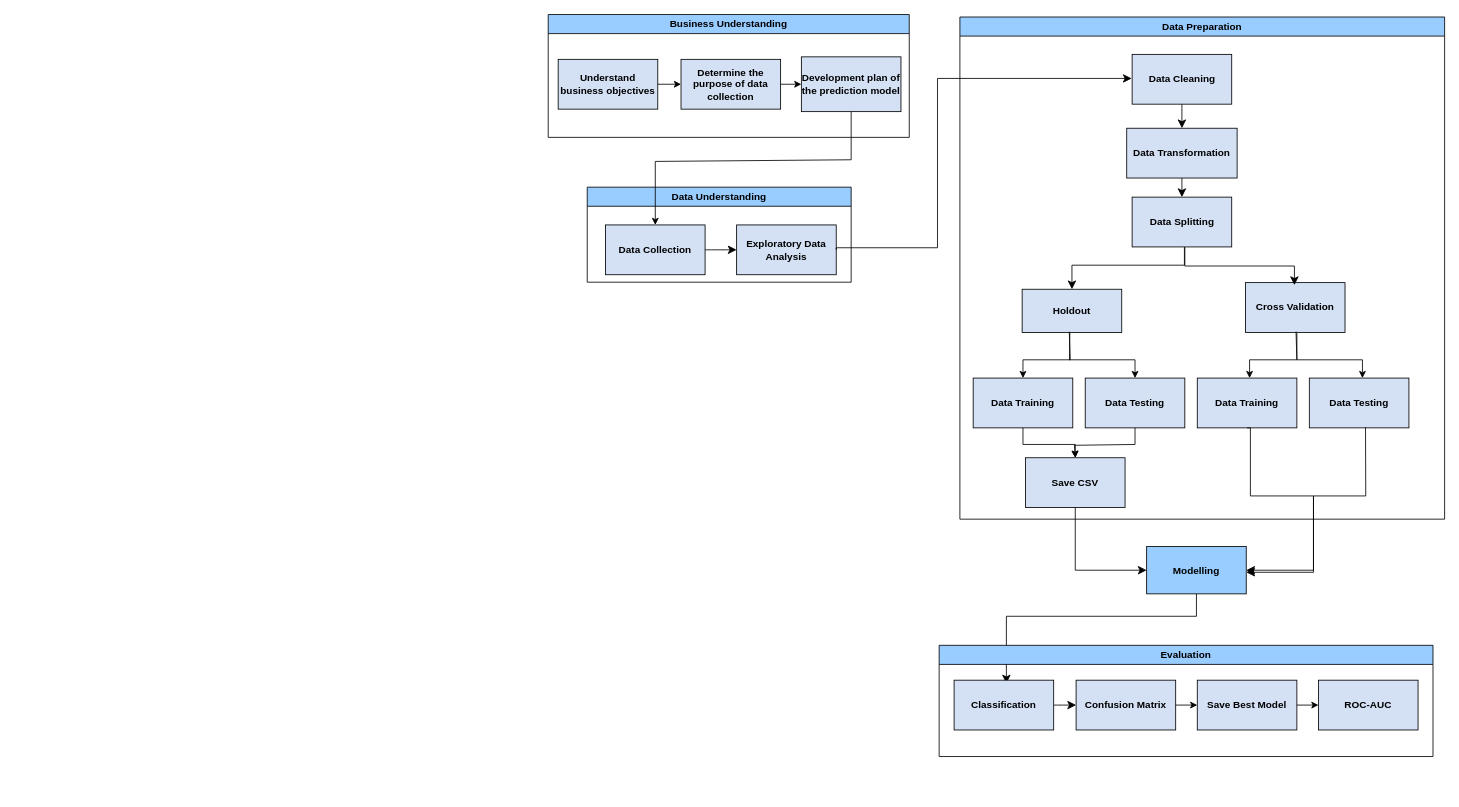
sleepygirlleen/Final-Project keeps this draw.io diagram as Untitled Diagram.drawio. Above is the earlier version. Source tidied: cells renumbered, new cells numbered last; positions are measured from the earlier drawing's top-left corner, leaving out a move shared by most shapes. Both pictures are drawn from the tidied source at 83%, with x=0, y=0 at pixel (548, 14).
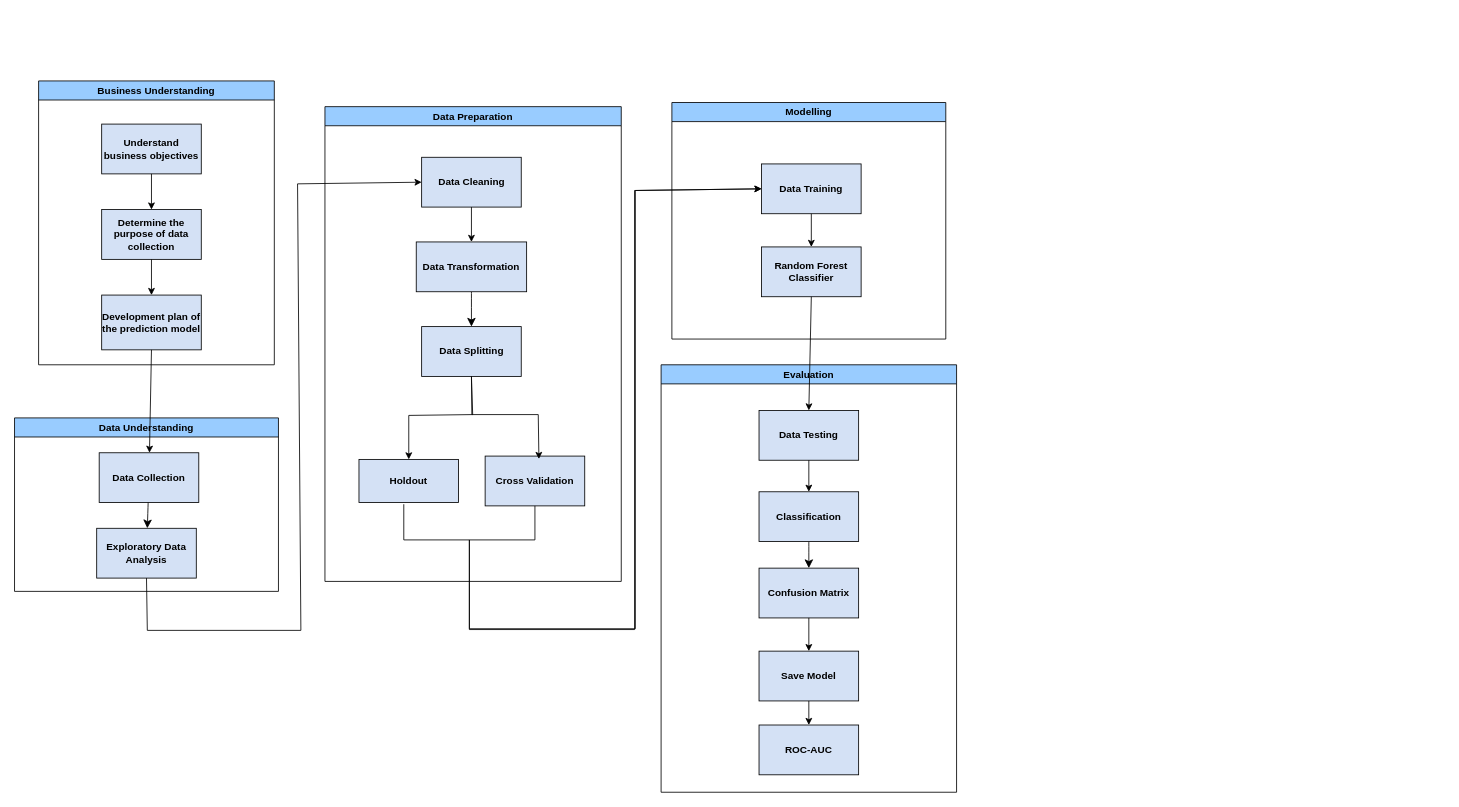
The same page after the edit.

Change to the diagram source:
```diff
@@
-    <mxCell id="2" style="edgeStyle=orthogonalEdgeStyle;rounded=0;jettySize=auto;html=1;fontSize=12;startSize=8;endSize=8;fillColor=#99CCFF;exitX=0.5;exitY=1;exitDx=0;exitDy=0;" parent="1" edge="1" source="3">
-      <mxGeometry relative="1" as="geometry">
-        <mxPoint x="552" y="806" as="targetPoint" />
-        <Array as="points">
-          <mxPoint x="781" y="725" />
-          <mxPoint x="552" y="725" />
-        </Array>
-      </mxGeometry>
-    </mxCell>
-    <mxCell id="3" value="&lt;b&gt;Modelling&lt;/b&gt;" style="rounded=0;whiteSpace=wrap;html=1;fillColor=#99CCFF;" parent="1" vertex="1">
-      <mxGeometry x="721" y="641" width="120" height="57" as="geometry" />
-    </mxCell>
     <mxCell id="4" value="Data Understanding" style="swimlane;whiteSpace=wrap;html=1;fillColor=#99CCFF;" parent="1" vertex="1">
-      <mxGeometry x="47" y="208" width="318" height="114.5" as="geometry" />
+      <mxGeometry x="-643" y="486" width="318" height="209" as="geometry" />
     </mxCell>
     <mxCell id="5" value="&lt;b&gt;Data Collection&lt;/b&gt;" style="rounded=0;whiteSpace=wrap;html=1;fillColor=#D4E1F5;" parent="4" vertex="1">
-      <mxGeometry x="22" y="45.5" width="120" height="60" as="geometry" />
+      <mxGeometry x="102" y="42" width="120" height="60" as="geometry" />
     </mxCell>
     <mxCell id="6" value="&lt;b&gt;Exploratory Data Analysis&lt;/b&gt;" style="rounded=0;whiteSpace=wrap;html=1;fillColor=#D4E1F5;" parent="4" vertex="1">
-      <mxGeometry x="180" y="45.5" width="120" height="60" as="geometry" />
+      <mxGeometry x="99" y="133" width="120" height="60" as="geometry" />
     </mxCell>
@@
     <mxCell id="8" value="Data Preparation" style="swimlane;whiteSpace=wrap;html=1;fillColor=#99CCFF;" parent="1" vertex="1">
-      <mxGeometry x="496" y="3" width="584" height="605" as="geometry" />
+      <mxGeometry x="-269" y="111" width="357" height="572" as="geometry" />
     </mxCell>
     <mxCell id="9" value="&lt;b&gt;Holdout&lt;/b&gt;" style="rounded=0;whiteSpace=wrap;html=1;fillColor=#D4E1F5;" parent="8" vertex="1">
-      <mxGeometry x="75" y="328" width="120" height="52" as="geometry" />
+      <mxGeometry x="41" y="425" width="120" height="52" as="geometry" />
     </mxCell>
-    <mxCell id="10" style="edgeStyle=none;curved=1;rounded=0;jettySize=auto;html=1;fontSize=12;startSize=8;endSize=8;entryX=0.5;entryY=0;entryDx=0;entryDy=0;fillColor=#D4E1F5;" parent="8" edge="1" source="11" target="13">
-      <mxGeometry relative="1" as="geometry" />
-    </mxCell>
     <mxCell id="11" value="&lt;b&gt;Data Cleaning&lt;/b&gt;" style="rounded=0;whiteSpace=wrap;html=1;fillColor=#D4E1F5;" parent="8" vertex="1">
-      <mxGeometry x="207.5" y="45" width="120" height="60" as="geometry" />
+      <mxGeometry x="116.5" y="61" width="120" height="60" as="geometry" />
     </mxCell>
@@
     <mxCell id="13" value="&lt;b&gt;Data Transformation&lt;/b&gt;" style="rounded=0;whiteSpace=wrap;html=1;fillColor=#D4E1F5;" parent="8" vertex="1">
-      <mxGeometry x="201" y="134" width="133" height="60" as="geometry" />
+      <mxGeometry x="110" y="163" width="133" height="60" as="geometry" />
     </mxCell>
     <mxCell id="14" value="&lt;b&gt;Data Splitting&lt;/b&gt;" style="rounded=0;whiteSpace=wrap;html=1;fillColor=#D4E1F5;" parent="8" vertex="1">
-      <mxGeometry x="207.5" y="217" width="120" height="60" as="geometry" />
+      <mxGeometry x="116.5" y="265" width="120" height="60" as="geometry" />
     </mxCell>
     <mxCell id="15" value="&lt;b&gt;Cross Validation&lt;/b&gt;" style="rounded=0;whiteSpace=wrap;html=1;fillColor=#D4E1F5;" parent="8" vertex="1">
-      <mxGeometry x="344" y="320" width="120" height="60" as="geometry" />
+      <mxGeometry x="193" y="421" width="120" height="60" as="geometry" />
     </mxCell>
-    <mxCell id="16" style="edgeStyle=segmentEdgeStyle;endArrow=classic;html=1;curved=0;rounded=0;endSize=8;startSize=8;fontSize=12;entryX=0.5;entryY=0;entryDx=0;entryDy=0;fillColor=#D4E1F5;" parent="8" edge="1" target="9">
-      <mxGeometry relative="1" as="geometry">
-        <mxPoint x="270.5" y="277" as="sourcePoint" />
-        <Array as="points">
-          <mxPoint x="271" y="299" />
-          <mxPoint x="135" y="299" />
-        </Array>
-      </mxGeometry>
-    </mxCell>
-    <mxCell id="17" style="edgeStyle=elbowEdgeStyle;elbow=vertical;endArrow=classic;html=1;curved=0;rounded=0;endSize=8;startSize=8;fontSize=12;exitX=0.479;exitY=0.971;exitDx=0;exitDy=0;exitPerimeter=0;fillColor=#D4E1F5;entryX=0.492;entryY=0.05;entryDx=0;entryDy=0;entryPerimeter=0;" parent="8" edge="1" target="15">
-      <mxGeometry relative="1" as="geometry">
-        <mxPoint x="271" y="277.3" as="sourcePoint" />
-      </mxGeometry>
-    </mxCell>
-    <mxCell id="18" value="&lt;b&gt;Data Training&lt;/b&gt;" style="rounded=0;whiteSpace=wrap;html=1;fillColor=#D4E1F5;" parent="8" vertex="1">
-      <mxGeometry x="16" y="435" width="120" height="60" as="geometry" />
-    </mxCell>
-    <mxCell id="19" value="&lt;b&gt;Data Testing&lt;/b&gt;" style="rounded=0;whiteSpace=wrap;html=1;fillColor=#D4E1F5;" parent="8" vertex="1">
-      <mxGeometry x="151" y="435" width="120" height="60" as="geometry" />
-    </mxCell>
-    <mxCell id="20" value="&lt;b&gt;Data Training&lt;/b&gt;" style="rounded=0;whiteSpace=wrap;html=1;fillColor=#D4E1F5;" parent="8" vertex="1">
-      <mxGeometry x="286" y="435" width="120" height="60" as="geometry" />
-    </mxCell>
-    <mxCell id="21" value="&lt;b&gt;Data Testing&lt;/b&gt;" style="rounded=0;whiteSpace=wrap;html=1;fillColor=#D4E1F5;" parent="8" vertex="1">
-      <mxGeometry x="421" y="435" width="120" height="60" as="geometry" />
-    </mxCell>
-    <mxCell id="22" style="endArrow=classic;html=1;rounded=0;entryX=0.5;entryY=0;entryDx=0;entryDy=0;exitX=0.479;exitY=1.013;exitDx=0;exitDy=0;exitPerimeter=0;" parent="8" edge="1" source="9" target="19">
-      <mxGeometry relative="1" as="geometry">
-        <Array as="points">
-          <mxPoint x="132" y="413" />
-          <mxPoint x="211" y="413" />
-        </Array>
-      </mxGeometry>
-    </mxCell>
-    <mxCell id="23" style="endArrow=classic;html=1;rounded=0;entryX=0.5;entryY=0;entryDx=0;entryDy=0;exitX=0.473;exitY=0.985;exitDx=0;exitDy=0;exitPerimeter=0;" parent="8" edge="1" source="9" target="18">
-      <mxGeometry relative="1" as="geometry">
-        <Array as="points">
-          <mxPoint x="133" y="413" />
-          <mxPoint x="76" y="413" />
-        </Array>
-      </mxGeometry>
-    </mxCell>
-    <mxCell id="24" style="endArrow=classic;html=1;rounded=0;entryX=0.5;entryY=0;entryDx=0;entryDy=0;exitX=0.473;exitY=0.985;exitDx=0;exitDy=0;exitPerimeter=0;" parent="8" edge="1">
-      <mxGeometry relative="1" as="geometry">
-        <mxPoint x="405" y="379" as="sourcePoint" />
-        <mxPoint x="349" y="435" as="targetPoint" />
-        <Array as="points">
-          <mxPoint x="406" y="413" />
-          <mxPoint x="349" y="413" />
-        </Array>
-      </mxGeometry>
-    </mxCell>
-    <mxCell id="25" style="endArrow=classic;html=1;rounded=0;entryX=0.5;entryY=0;entryDx=0;entryDy=0;exitX=0.479;exitY=1.013;exitDx=0;exitDy=0;exitPerimeter=0;" parent="8" edge="1">
-      <mxGeometry relative="1" as="geometry">
-        <mxPoint x="406" y="381" as="sourcePoint" />
-        <mxPoint x="485" y="435" as="targetPoint" />
-        <Array as="points">
-          <mxPoint x="406" y="413" />
-          <mxPoint x="485" y="413" />
-        </Array>
-      </mxGeometry>
-    </mxCell>
-    <mxCell id="26" value="&lt;b&gt;Save CSV&lt;/b&gt;" style="rounded=0;whiteSpace=wrap;html=1;fillColor=#D4E1F5;" parent="8" vertex="1">
-      <mxGeometry x="79" y="531" width="120" height="60" as="geometry" />
-    </mxCell>
-    <mxCell id="27" style="endArrow=classic;html=1;rounded=0;exitX=0.5;exitY=1;exitDx=0;exitDy=0;entryX=0.5;entryY=0;entryDx=0;entryDy=0;" parent="8" edge="1" source="18" target="26">
-      <mxGeometry relative="1" as="geometry">
-        <Array as="points">
-          <mxPoint x="76" y="515" />
-          <mxPoint x="139" y="515" />
-        </Array>
-      </mxGeometry>
-    </mxCell>
-    <mxCell id="28" style="endArrow=classic;html=1;rounded=0;exitX=0.5;exitY=1;exitDx=0;exitDy=0;entryX=0.5;entryY=0;entryDx=0;entryDy=0;" parent="8" edge="1" source="19" target="26">
-      <mxGeometry relative="1" as="geometry">
-        <Array as="points">
-          <mxPoint x="211" y="515" />
-          <mxPoint x="138" y="516" />
-        </Array>
-      </mxGeometry>
-    </mxCell>
-    <mxCell id="29" style="endArrow=classic;html=1;rounded=0;fontSize=12;startSize=8;endSize=8;exitX=1;exitY=0.5;exitDx=0;exitDy=0;edgeStyle=orthogonalEdgeStyle;" parent="1" edge="1" source="6">
-      <mxGeometry relative="1" as="geometry">
-        <mxPoint x="703" y="77" as="targetPoint" />
-        <Array as="points">
-          <mxPoint x="469" y="281" />
-          <mxPoint x="469" y="77" />
-        </Array>
-      </mxGeometry>
-    </mxCell>
-    <mxCell id="30" style="endArrow=classic;html=1;rounded=0;fontSize=12;startSize=8;endSize=8;exitX=0.5;exitY=1;exitDx=0;exitDy=0;entryX=0;entryY=0.5;entryDx=0;entryDy=0;edgeStyle=orthogonalEdgeStyle;" parent="1" edge="1" source="26" target="3">
-      <mxGeometry relative="1" as="geometry" />
-    </mxCell>
-    <mxCell id="31" style="endArrow=classic;html=1;rounded=0;fontSize=12;startSize=8;endSize=8;exitX=0.5;exitY=1;exitDx=0;exitDy=0;edgeStyle=orthogonalEdgeStyle;" parent="1" edge="1" source="20" target="3">
-      <mxGeometry relative="1" as="geometry">
-        <Array as="points">
-          <mxPoint x="846" y="580" />
-          <mxPoint x="922" y="580" />
-          <mxPoint x="922" y="672" />
-        </Array>
-      </mxGeometry>
-    </mxCell>
-    <mxCell id="32" style="endArrow=classic;html=1;rounded=0;fontSize=12;startSize=8;endSize=8;exitX=0.564;exitY=0.988;exitDx=0;exitDy=0;edgeStyle=orthogonalEdgeStyle;exitPerimeter=0;" parent="1" edge="1" source="21" target="3">
-      <mxGeometry relative="1" as="geometry">
-        <Array as="points">
-          <mxPoint x="985" y="499" />
-          <mxPoint x="985" y="580" />
-          <mxPoint x="922" y="580" />
-          <mxPoint x="922" y="672" />
-        </Array>
-      </mxGeometry>
-    </mxCell>
+    <mxCell id="10" style="endArrow=classic;html=1;rounded=0;exitX=0.5;exitY=1;exitDx=0;exitDy=0;entryX=0.5;entryY=0;entryDx=0;entryDy=0;" parent="8" edge="1" source="11" target="13">
+      <mxGeometry relative="1" as="geometry" />
+    </mxCell>
+    <mxCell id="48" style="endArrow=classic;html=1;rounded=0;exitX=0.5;exitY=1;exitDx=0;exitDy=0;entryX=0.5;entryY=0;entryDx=0;entryDy=0;" parent="8" edge="1" source="14" target="9">
+      <mxGeometry relative="1" as="geometry">
+        <Array as="points">
+          <mxPoint x="178" y="371" />
+          <mxPoint x="101" y="372" />
+        </Array>
+      </mxGeometry>
+    </mxCell>
+    <mxCell id="49" style="endArrow=classic;html=1;rounded=0;exitX=0.5;exitY=1;exitDx=0;exitDy=0;entryX=0.54;entryY=0.059;entryDx=0;entryDy=0;entryPerimeter=0;" parent="8" edge="1" source="14" target="15">
+      <mxGeometry relative="1" as="geometry">
+        <Array as="points">
+          <mxPoint x="177" y="371" />
+          <mxPoint x="257" y="371" />
+        </Array>
+      </mxGeometry>
+    </mxCell>
     <mxCell id="33" value="Evaluation" style="swimlane;whiteSpace=wrap;html=1;fillColor=#99CCFF;" parent="1" vertex="1">
-      <mxGeometry x="471" y="760" width="595" height="134" as="geometry" />
+      <mxGeometry x="136" y="422" width="356" height="515" as="geometry" />
     </mxCell>
@@
     <mxCell id="35" value="&lt;b&gt;Classification&lt;/b&gt;" style="rounded=0;whiteSpace=wrap;html=1;fillColor=#D4E1F5;" parent="33" vertex="1">
-      <mxGeometry x="18" y="42" width="120" height="60" as="geometry" />
+      <mxGeometry x="118" y="153" width="120" height="60" as="geometry" />
     </mxCell>
     <mxCell id="36" value="&lt;b&gt;Confusion Matrix&lt;/b&gt;" style="rounded=0;whiteSpace=wrap;html=1;fillColor=#D4E1F5;" parent="33" vertex="1">
-      <mxGeometry x="165" y="42" width="120" height="60" as="geometry" />
+      <mxGeometry x="118" y="245" width="120" height="60" as="geometry" />
     </mxCell>
-    <mxCell id="37" value="&lt;b&gt;Save Best Model&lt;/b&gt;" style="rounded=0;whiteSpace=wrap;html=1;fillColor=#D4E1F5;" parent="33" vertex="1">
-      <mxGeometry x="311" y="42" width="120" height="60" as="geometry" />
+    <mxCell id="37" value="&lt;b&gt;Save Model&lt;/b&gt;" style="rounded=0;whiteSpace=wrap;html=1;fillColor=#D4E1F5;" parent="33" vertex="1">
+      <mxGeometry x="118" y="345" width="120" height="60" as="geometry" />
     </mxCell>
     <mxCell id="38" value="&lt;b&gt;ROC-AUC&lt;/b&gt;" style="rounded=0;whiteSpace=wrap;html=1;fillColor=#D4E1F5;" parent="33" vertex="1">
-      <mxGeometry x="457" y="42" width="120" height="60" as="geometry" />
+      <mxGeometry x="118" y="434" width="120" height="60" as="geometry" />
     </mxCell>
-    <mxCell id="39" style="endArrow=classic;html=1;rounded=0;exitX=1;exitY=0.5;exitDx=0;exitDy=0;" parent="33" edge="1" source="36" target="37">
+    <mxCell id="39" style="endArrow=classic;html=1;rounded=0;exitX=0.5;exitY=1;exitDx=0;exitDy=0;" parent="33" edge="1" source="36" target="37">
       <mxGeometry relative="1" as="geometry" />
     </mxCell>
-    <mxCell id="40" style="endArrow=classic;html=1;rounded=0;exitX=1;exitY=0.5;exitDx=0;exitDy=0;entryX=0;entryY=0.5;entryDx=0;entryDy=0;" parent="33" edge="1" source="37" target="38">
+    <mxCell id="40" style="endArrow=classic;html=1;rounded=0;exitX=0.5;exitY=1;exitDx=0;exitDy=0;entryX=0.5;entryY=0;entryDx=0;entryDy=0;" parent="33" edge="1" source="37" target="38">
       <mxGeometry relative="1" as="geometry" />
     </mxCell>
+    <mxCell id="50" value="&lt;b&gt;Data Testing&lt;/b&gt;" style="rounded=0;whiteSpace=wrap;html=1;fillColor=#D4E1F5;" parent="33" vertex="1">
+      <mxGeometry x="118" y="55" width="120" height="60" as="geometry" />
+    </mxCell>
+    <mxCell id="51" style="endArrow=classic;html=1;rounded=0;exitX=0.5;exitY=1;exitDx=0;exitDy=0;entryX=0.5;entryY=0;entryDx=0;entryDy=0;" parent="33" edge="1" source="50" target="35">
+      <mxGeometry relative="1" as="geometry" />
+    </mxCell>
     <mxCell id="41" value="Business Understanding" style="swimlane;whiteSpace=wrap;html=1;fillColor=#99CCFF;" parent="1" vertex="1">
-      <mxGeometry width="435" height="148" as="geometry" />
+      <mxGeometry x="-614" y="80" width="284" height="342" as="geometry" />
     </mxCell>
     <mxCell id="42" value="&lt;b&gt;Understand business objectives&lt;/b&gt;" style="rounded=0;whiteSpace=wrap;html=1;fillColor=#D4E1F5;" parent="41" vertex="1">
-      <mxGeometry x="12" y="54" width="120" height="60" as="geometry" />
+      <mxGeometry x="76" y="52" width="120" height="60" as="geometry" />
     </mxCell>
     <mxCell id="43" value="&lt;b&gt;Determine the purpose of data collection&lt;/b&gt;" style="rounded=0;whiteSpace=wrap;html=1;fillColor=#D4E1F5;" parent="41" vertex="1">
-      <mxGeometry x="160" y="54" width="120" height="60" as="geometry" />
+      <mxGeometry x="76" y="155" width="120" height="60" as="geometry" />
     </mxCell>
     <mxCell id="44" value="&lt;b&gt;&lt;br&gt;&lt;/b&gt;&lt;p&gt;&lt;b&gt;Development plan of the prediction model&lt;/b&gt;&lt;/p&gt;&lt;b&gt;&lt;br&gt;&lt;/b&gt;" style="rounded=0;whiteSpace=wrap;html=1;fillColor=#D4E1F5;" parent="41" vertex="1">
-      <mxGeometry x="305" y="51" width="120" height="66" as="geometry" />
+      <mxGeometry x="76" y="258" width="120" height="66" as="geometry" />
     </mxCell>
-    <mxCell id="45" style="endArrow=classic;html=1;rounded=0;exitX=1;exitY=0.5;exitDx=0;exitDy=0;" parent="41" edge="1" source="42" target="43">
+    <mxCell id="45" style="endArrow=classic;html=1;rounded=0;exitX=0.5;exitY=1;exitDx=0;exitDy=0;" parent="41" edge="1" source="42" target="43">
       <mxGeometry relative="1" as="geometry" />
     </mxCell>
-    <mxCell id="46" style="endArrow=classic;html=1;rounded=0;exitX=1;exitY=0.5;exitDx=0;exitDy=0;entryX=0;entryY=0.5;entryDx=0;entryDy=0;" parent="41" edge="1" source="43" target="44">
+    <mxCell id="46" style="endArrow=classic;html=1;rounded=0;exitX=0.5;exitY=1;exitDx=0;exitDy=0;" parent="41" edge="1" source="43" target="44">
       <mxGeometry relative="1" as="geometry" />
     </mxCell>
+    <mxCell id="3" value="Modelling" style="swimlane;whiteSpace=wrap;html=1;fillColor=#99CCFF;" parent="1" vertex="1">
+      <mxGeometry x="149" y="106" width="330" height="285" as="geometry" />
+    </mxCell>
+    <mxCell id="52" value="&lt;b&gt;Random Forest Classifier&lt;/b&gt;" style="rounded=0;whiteSpace=wrap;html=1;fillColor=#D4E1F5;" parent="3" vertex="1">
+      <mxGeometry x="108" y="174" width="120" height="60" as="geometry" />
+    </mxCell>
+    <mxCell id="18" value="&lt;b&gt;Data Training&lt;/b&gt;" style="rounded=0;whiteSpace=wrap;html=1;fillColor=#D4E1F5;" parent="3" vertex="1">
+      <mxGeometry x="108" y="74" width="120" height="60" as="geometry" />
+    </mxCell>
+    <mxCell id="53" style="endArrow=classic;html=1;rounded=0;exitX=0.5;exitY=1;exitDx=0;exitDy=0;entryX=0.5;entryY=0;entryDx=0;entryDy=0;" parent="3" edge="1" source="18" target="52">
+      <mxGeometry relative="1" as="geometry" />
+    </mxCell>
-    <mxCell id="47" style="endArrow=classic;html=1;rounded=0;exitX=0.5;exitY=1;exitDx=0;exitDy=0;entryX=0.5;entryY=0;entryDx=0;entryDy=0;" parent="1" edge="1" source="44" target="5">
-      <mxGeometry relative="1" as="geometry">
-        <Array as="points">
-          <mxPoint x="365" y="175" />
-          <mxPoint x="129" y="177" />
-        </Array>
-      </mxGeometry>
+    <mxCell id="47" style="endArrow=classic;html=1;rounded=0;exitX=0.5;exitY=1;exitDx=0;exitDy=0;" parent="1" edge="1" source="44" target="5">
+      <mxGeometry relative="1" as="geometry" />
     </mxCell>
+    <mxCell id="54" style="endArrow=classic;html=1;rounded=0;exitX=0.5;exitY=1;exitDx=0;exitDy=0;entryX=0;entryY=0.5;entryDx=0;entryDy=0;" parent="1" edge="1" source="6" target="11">
+      <mxGeometry relative="1" as="geometry">
+        <Array as="points">
+          <mxPoint x="-483" y="742" />
+          <mxPoint x="-298" y="742" />
+          <mxPoint x="-302" y="204" />
+        </Array>
+      </mxGeometry>
+    </mxCell>
+    <mxCell id="55" style="endArrow=classic;html=1;rounded=0;exitX=0.5;exitY=1;exitDx=0;exitDy=0;entryX=0;entryY=0.5;entryDx=0;entryDy=0;" parent="1" edge="1" source="15" target="18">
+      <mxGeometry relative="1" as="geometry">
+        <Array as="points">
+          <mxPoint x="-16" y="633" />
+          <mxPoint x="-95" y="633" />
+          <mxPoint x="-95" y="741" />
+          <mxPoint x="104" y="741" />
+          <mxPoint x="104" y="212" />
+        </Array>
+      </mxGeometry>
+    </mxCell>
+    <mxCell id="56" style="endArrow=classic;html=1;rounded=0;entryX=0;entryY=0.5;entryDx=0;entryDy=0;" parent="1" edge="1" target="18">
+      <mxGeometry relative="1" as="geometry">
+        <mxPoint x="-174" y="590" as="sourcePoint" />
+        <Array as="points">
+          <mxPoint x="-174" y="633" />
+          <mxPoint x="-95" y="633" />
+          <mxPoint x="-95" y="740" />
+          <mxPoint x="105" y="740" />
+          <mxPoint x="105" y="212" />
+        </Array>
+      </mxGeometry>
+    </mxCell>
+    <mxCell id="57" style="endArrow=classic;html=1;rounded=0;exitX=0.5;exitY=1;exitDx=0;exitDy=0;entryX=0.5;entryY=0;entryDx=0;entryDy=0;" parent="1" edge="1" source="52" target="50">
+      <mxGeometry relative="1" as="geometry" />
+    </mxCell>
```
